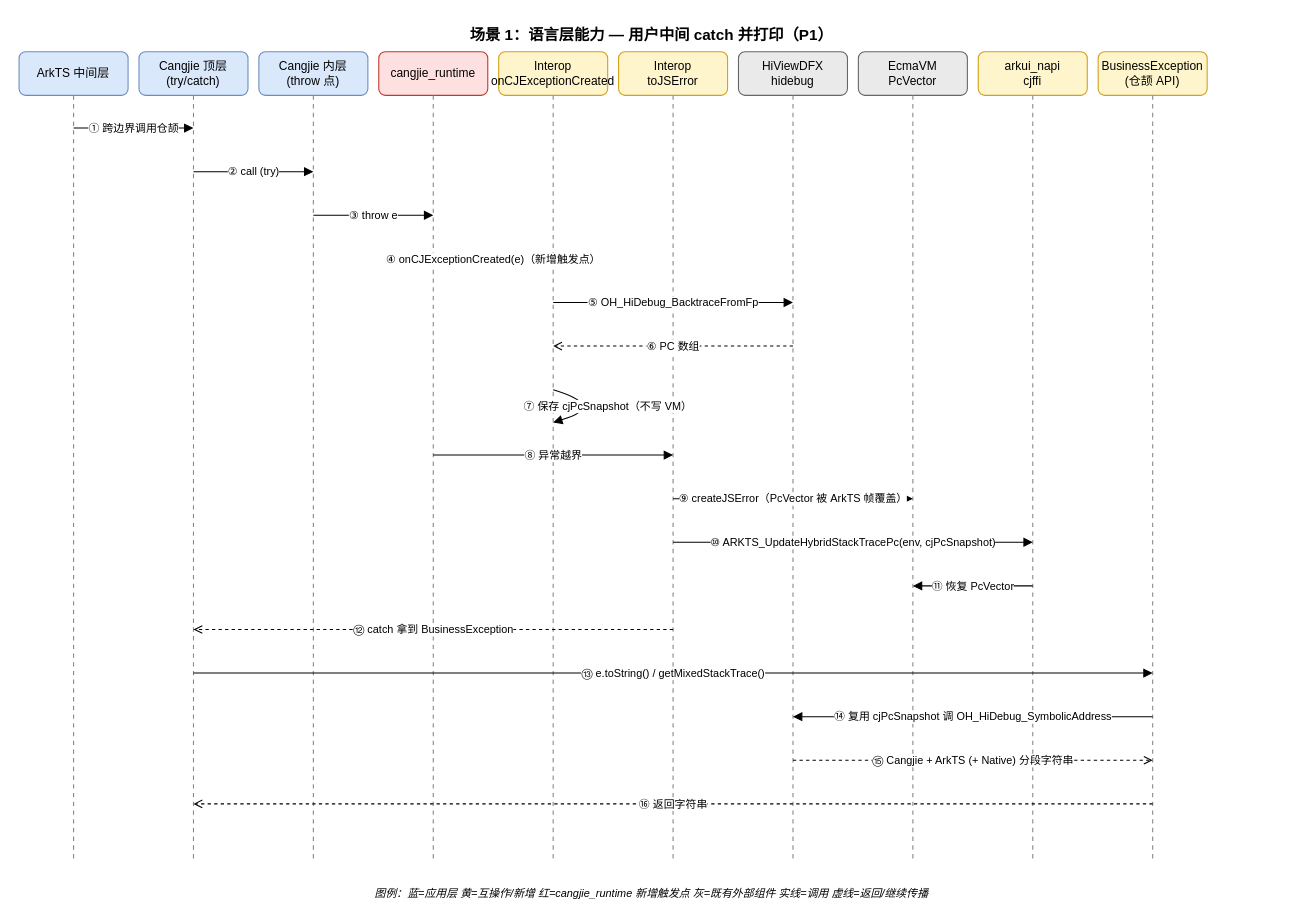
The draw.io diagram doc/hybridstack_seq_lang_catch.drawio in openharmony/arkcompiler_cangjie_ark_interop, before the edit. Source tidied: cells renumbered, new cells numbered last; positions are measured from the earlier drawing's top-left corner, leaving out a move shared by most shapes. Both pictures are drawn from the tidied source at 109%, with x=0, y=0 at pixel (19, 19).
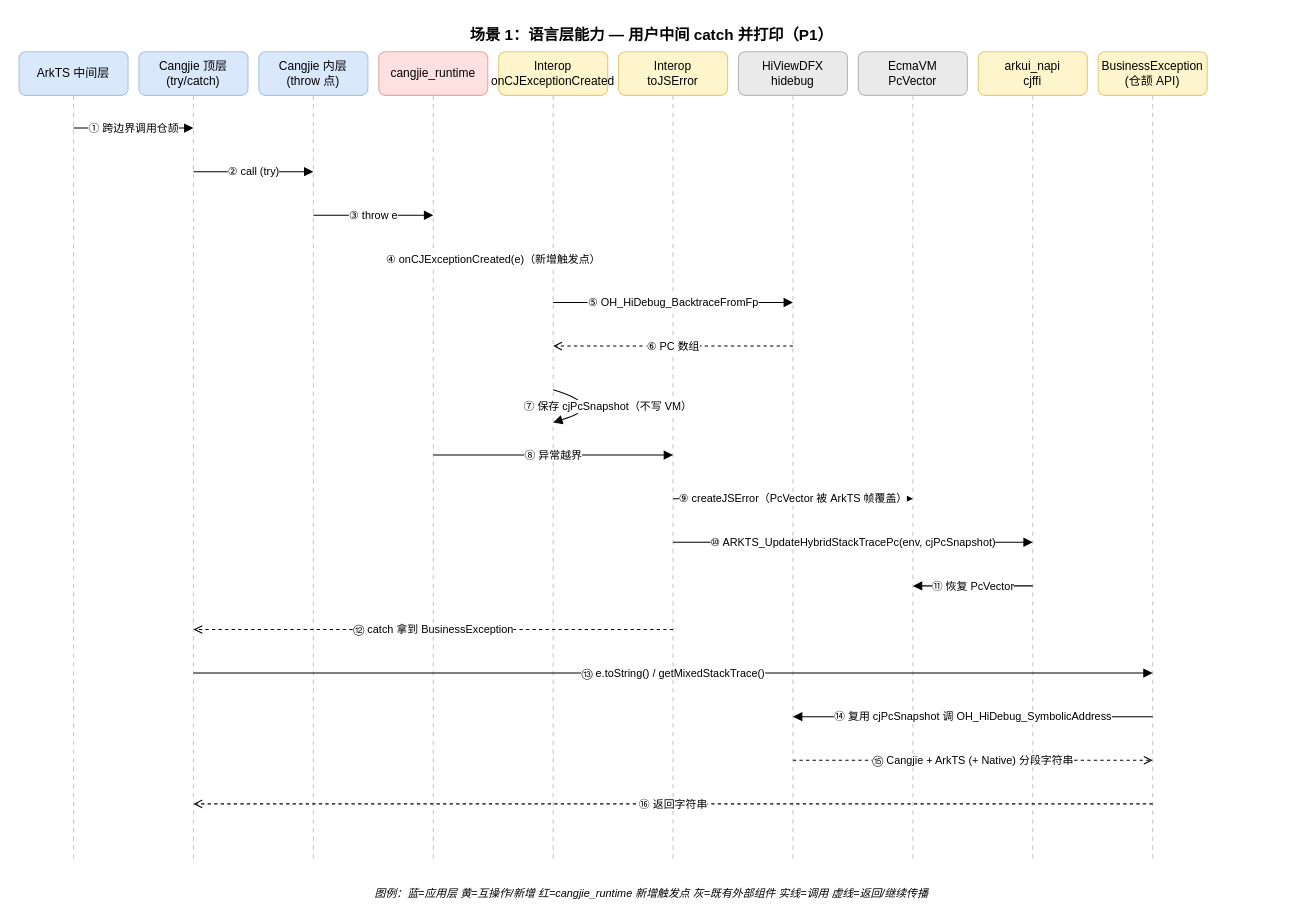
Above is the later version.

Commit message (it also covers changes not shown here):
docs(hybridstack): lighten drawio palette; replace mermaid with drawio for master-state diagram; clarify master 主干 wording

Change to the diagram source:
```diff
@@
-    <mxCell id="3" value="ArkTS 中间层" style="rounded=1;fillColor=#dae8fc;strokeColor=#6c8ebf;fontSize=11;whiteSpace=wrap;" parent="1" vertex="1">
+    <mxCell id="3" value="ArkTS 中间层" style="rounded=1;fillColor=#dae8fc;strokeColor=#aac4e2;fontSize=11;whiteSpace=wrap;" parent="1" vertex="1">
       <mxGeometry y="30" width="100" height="40" as="geometry" />
     </mxCell>
-    <mxCell id="4" value="Cangjie 顶层&#10;(try/catch)" style="rounded=1;fillColor=#dae8fc;strokeColor=#6c8ebf;fontSize=11;whiteSpace=wrap;" parent="1" vertex="1">
+    <mxCell id="4" value="Cangjie 顶层&#10;(try/catch)" style="rounded=1;fillColor=#dae8fc;strokeColor=#aac4e2;fontSize=11;whiteSpace=wrap;" parent="1" vertex="1">
       <mxGeometry x="110" y="30" width="100" height="40" as="geometry" />
     </mxCell>
-    <mxCell id="5" value="Cangjie 内层&#10;(throw 点)" style="rounded=1;fillColor=#dae8fc;strokeColor=#6c8ebf;fontSize=11;whiteSpace=wrap;" parent="1" vertex="1">
+    <mxCell id="5" value="Cangjie 内层&#10;(throw 点)" style="rounded=1;fillColor=#dae8fc;strokeColor=#aac4e2;fontSize=11;whiteSpace=wrap;" parent="1" vertex="1">
       <mxGeometry x="220" y="30" width="100" height="40" as="geometry" />
     </mxCell>
-    <mxCell id="6" value="cangjie_runtime" style="rounded=1;fillColor=#ffe0e0;strokeColor=#c0392b;fontSize=11;whiteSpace=wrap;" parent="1" vertex="1">
+    <mxCell id="6" value="cangjie_runtime" style="rounded=1;fillColor=#ffe0e0;strokeColor=#e6a89f;fontSize=11;whiteSpace=wrap;" parent="1" vertex="1">
       <mxGeometry x="330" y="30" width="100" height="40" as="geometry" />
     </mxCell>
-    <mxCell id="7" value="Interop&#10;onCJExceptionCreated" style="rounded=1;fillColor=#fff5cc;strokeColor=#d4a017;fontSize=11;whiteSpace=wrap;" parent="1" vertex="1">
+    <mxCell id="7" value="Interop&#10;onCJExceptionCreated" style="rounded=1;fillColor=#fff5cc;strokeColor=#e8c97a;fontSize=11;whiteSpace=wrap;" parent="1" vertex="1">
       <mxGeometry x="440" y="30" width="100" height="40" as="geometry" />
     </mxCell>
-    <mxCell id="8" value="Interop&#10;toJSError" style="rounded=1;fillColor=#fff5cc;strokeColor=#d4a017;fontSize=11;whiteSpace=wrap;" parent="1" vertex="1">
+    <mxCell id="8" value="Interop&#10;toJSError" style="rounded=1;fillColor=#fff5cc;strokeColor=#e8c97a;fontSize=11;whiteSpace=wrap;" parent="1" vertex="1">
       <mxGeometry x="550" y="30" width="100" height="40" as="geometry" />
     </mxCell>
-    <mxCell id="9" value="HiViewDFX hidebug" style="rounded=1;fillColor=#eaeaea;strokeColor=#666666;fontSize=11;whiteSpace=wrap;" parent="1" vertex="1">
+    <mxCell id="9" value="HiViewDFX hidebug" style="rounded=1;fillColor=#eaeaea;strokeColor=#b8b8b8;fontSize=11;whiteSpace=wrap;" parent="1" vertex="1">
       <mxGeometry x="660" y="30" width="100" height="40" as="geometry" />
     </mxCell>
-    <mxCell id="10" value="EcmaVM&#10;PcVector" style="rounded=1;fillColor=#eaeaea;strokeColor=#666666;fontSize=11;whiteSpace=wrap;" parent="1" vertex="1">
+    <mxCell id="10" value="EcmaVM&#10;PcVector" style="rounded=1;fillColor=#eaeaea;strokeColor=#b8b8b8;fontSize=11;whiteSpace=wrap;" parent="1" vertex="1">
       <mxGeometry x="770" y="30" width="100" height="40" as="geometry" />
     </mxCell>
-    <mxCell id="11" value="arkui_napi&#10;cjffi" style="rounded=1;fillColor=#fff5cc;strokeColor=#d4a017;fontSize=11;whiteSpace=wrap;" parent="1" vertex="1">
+    <mxCell id="11" value="arkui_napi&#10;cjffi" style="rounded=1;fillColor=#fff5cc;strokeColor=#e8c97a;fontSize=11;whiteSpace=wrap;" parent="1" vertex="1">
       <mxGeometry x="880" y="30" width="100" height="40" as="geometry" />
     </mxCell>
-    <mxCell id="12" value="BusinessException&#10;(仓颉 API)" style="rounded=1;fillColor=#fff5cc;strokeColor=#d4a017;fontSize=11;whiteSpace=wrap;" parent="1" vertex="1">
+    <mxCell id="12" value="BusinessException&#10;(仓颉 API)" style="rounded=1;fillColor=#fff5cc;strokeColor=#e8c97a;fontSize=11;whiteSpace=wrap;" parent="1" vertex="1">
       <mxGeometry x="990" y="30" width="100" height="40" as="geometry" />
     </mxCell>
-    <mxCell id="13" style="endArrow=none;strokeColor=#888;dashed=1;dashPattern=4 4;" parent="1" edge="1">
+    <mxCell id="13" style="endArrow=none;strokeColor=#c8c8c8;dashed=1;dashPattern=4 4;" parent="1" edge="1">
       <mxGeometry relative="1" as="geometry">
         <mxPoint x="50" y="70" as="sourcePoint" />
         <mxPoint x="50" y="770" as="targetPoint" />
       </mxGeometry>
     </mxCell>
-    <mxCell id="14" style="endArrow=none;strokeColor=#888;dashed=1;dashPattern=4 4;" parent="1" edge="1">
+    <mxCell id="14" style="endArrow=none;strokeColor=#c8c8c8;dashed=1;dashPattern=4 4;" parent="1" edge="1">
       <mxGeometry relative="1" as="geometry">
         <mxPoint x="160" y="70" as="sourcePoint" />
         <mxPoint x="160" y="770" as="targetPoint" />
       </mxGeometry>
     </mxCell>
-    <mxCell id="15" style="endArrow=none;strokeColor=#888;dashed=1;dashPattern=4 4;" parent="1" edge="1">
+    <mxCell id="15" style="endArrow=none;strokeColor=#c8c8c8;dashed=1;dashPattern=4 4;" parent="1" edge="1">
       <mxGeometry relative="1" as="geometry">
         <mxPoint x="270" y="70" as="sourcePoint" />
         <mxPoint x="270" y="770" as="targetPoint" />
       </mxGeometry>
     </mxCell>
-    <mxCell id="16" style="endArrow=none;strokeColor=#888;dashed=1;dashPattern=4 4;" parent="1" edge="1">
+    <mxCell id="16" style="endArrow=none;strokeColor=#c8c8c8;dashed=1;dashPattern=4 4;" parent="1" edge="1">
       <mxGeometry relative="1" as="geometry">
         <mxPoint x="380" y="70" as="sourcePoint" />
         <mxPoint x="380" y="770" as="targetPoint" />
       </mxGeometry>
     </mxCell>
-    <mxCell id="17" style="endArrow=none;strokeColor=#888;dashed=1;dashPattern=4 4;" parent="1" edge="1">
+    <mxCell id="17" style="endArrow=none;strokeColor=#c8c8c8;dashed=1;dashPattern=4 4;" parent="1" edge="1">
       <mxGeometry relative="1" as="geometry">
         <mxPoint x="490" y="70" as="sourcePoint" />
         <mxPoint x="490" y="770" as="targetPoint" />
       </mxGeometry>
     </mxCell>
-    <mxCell id="18" style="endArrow=none;strokeColor=#888;dashed=1;dashPattern=4 4;" parent="1" edge="1">
+    <mxCell id="18" style="endArrow=none;strokeColor=#c8c8c8;dashed=1;dashPattern=4 4;" parent="1" edge="1">
       <mxGeometry relative="1" as="geometry">
         <mxPoint x="600" y="70" as="sourcePoint" />
         <mxPoint x="600" y="770" as="targetPoint" />
       </mxGeometry>
     </mxCell>
-    <mxCell id="19" style="endArrow=none;strokeColor=#888;dashed=1;dashPattern=4 4;" parent="1" edge="1">
+    <mxCell id="19" style="endArrow=none;strokeColor=#c8c8c8;dashed=1;dashPattern=4 4;" parent="1" edge="1">
       <mxGeometry relative="1" as="geometry">
         <mxPoint x="710" y="70" as="sourcePoint" />
         <mxPoint x="710" y="770" as="targetPoint" />
       </mxGeometry>
     </mxCell>
-    <mxCell id="20" style="endArrow=none;strokeColor=#888;dashed=1;dashPattern=4 4;" parent="1" edge="1">
+    <mxCell id="20" style="endArrow=none;strokeColor=#c8c8c8;dashed=1;dashPattern=4 4;" parent="1" edge="1">
       <mxGeometry relative="1" as="geometry">
         <mxPoint x="820" y="70" as="sourcePoint" />
         <mxPoint x="820" y="770" as="targetPoint" />
       </mxGeometry>
     </mxCell>
-    <mxCell id="21" style="endArrow=none;strokeColor=#888;dashed=1;dashPattern=4 4;" parent="1" edge="1">
+    <mxCell id="21" style="endArrow=none;strokeColor=#c8c8c8;dashed=1;dashPattern=4 4;" parent="1" edge="1">
       <mxGeometry relative="1" as="geometry">
         <mxPoint x="930" y="70" as="sourcePoint" />
         <mxPoint x="930" y="770" as="targetPoint" />
       </mxGeometry>
     </mxCell>
-    <mxCell id="22" style="endArrow=none;strokeColor=#888;dashed=1;dashPattern=4 4;" parent="1" edge="1">
+    <mxCell id="22" style="endArrow=none;strokeColor=#c8c8c8;dashed=1;dashPattern=4 4;" parent="1" edge="1">
       <mxGeometry relative="1" as="geometry">
         <mxPoint x="1040" y="70" as="sourcePoint" />
         <mxPoint x="1040" y="770" as="targetPoint" />
       </mxGeometry>
     </mxCell>
@@
-    <mxCell id="26" value="④ onCJExceptionCreated(e)（新增触发点）" style="endArrow=block;endFill=1;html=1;fontSize=10;labelBackgroundColor=#ffffff;strokeColor=#c0392b;" parent="1" edge="1">
+    <mxCell id="26" value="④ onCJExceptionCreated(e)（新增触发点）" style="endArrow=block;endFill=1;html=1;fontSize=10;labelBackgroundColor=#ffffff;strokeColor=#e6a89f;" parent="1" edge="1">
       <mxGeometry relative="1" as="geometry">
         <mxPoint x="380" y="220" as="sourcePoint" />
         <mxPoint x="490" y="220" as="targetPoint" />
       </mxGeometry>
     </mxCell>
```
